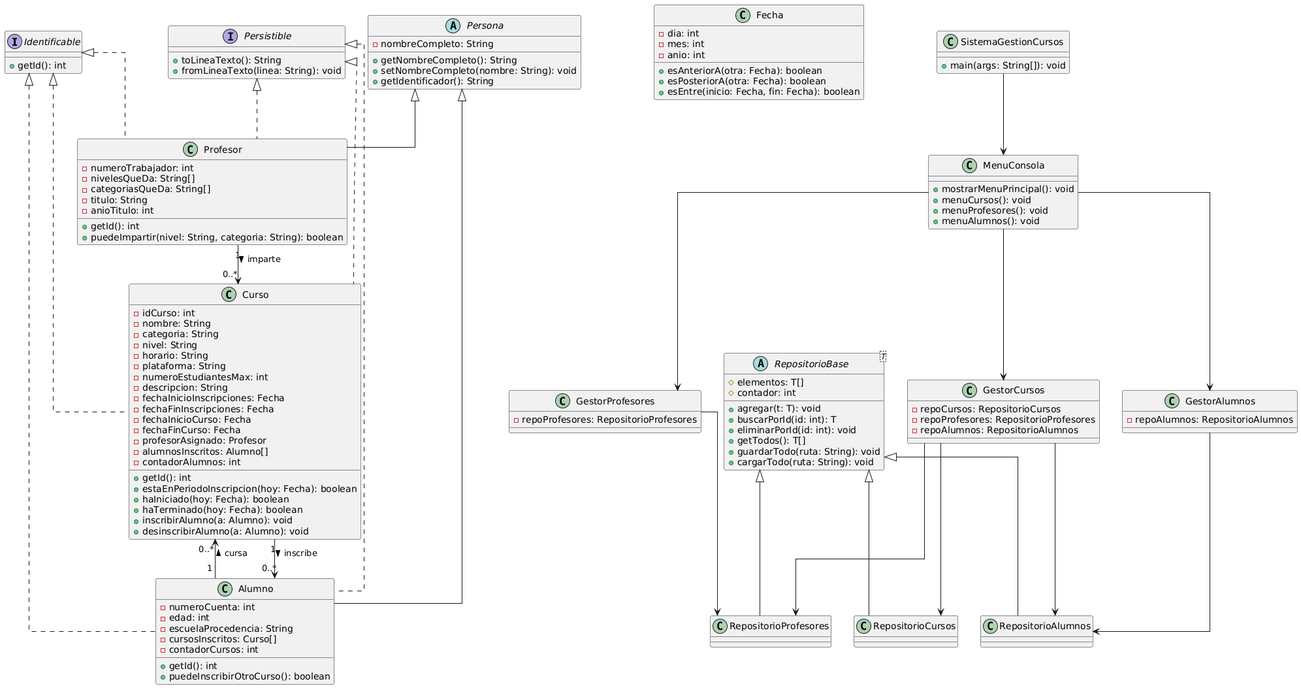
This is practicas/Proyecto-Final/doc/DiagramaPFinal - v1.png from ferbadass1/ICC-Lab, a PlantUML export, as it was before one commit. Its diagram source:
```plantuml
@startuml
skinparam linetype ortho
skinparam layout new

interface Identificable {
    + getId(): int
}

interface Persistible {
    + toLineaTexto(): String
    + fromLineaTexto(linea: String): void
}

abstract class Persona {
    - nombreCompleto: String
    + getNombreCompleto(): String
    + setNombreCompleto(nombre: String): void
    + getIdentificador(): String
}

class Profesor extends Persona implements Identificable, Persistible {
    - numeroTrabajador: int
    - nivelesQueDa: String[]
    - categoriasQueDa: String[]
    - titulo: String
    - anioTitulo: int
    + getId(): int
    + puedeImpartir(nivel: String, categoria: String): boolean
}

class Alumno extends Persona implements Identificable, Persistible {
    - numeroCuenta: int
    - edad: int
    - escuelaProcedencia: String
    - cursosInscritos: Curso[]
    - contadorCursos: int
    + getId(): int
    + puedeInscribirOtroCurso(): boolean
}

class Fecha {
    - dia: int
    - mes: int
    - anio: int
    + esAnteriorA(otra: Fecha): boolean
    + esPosteriorA(otra: Fecha): boolean
    + esEntre(inicio: Fecha, fin: Fecha): boolean
}

class Curso implements Identificable, Persistible {
    - idCurso: int
    - nombre: String
    - categoria: String
    - nivel: String
    - horario: String
    - plataforma: String
    - numeroEstudiantesMax: int
    - descripcion: String
    - fechaInicioInscripciones: Fecha
    - fechaFinInscripciones: Fecha
    - fechaInicioCurso: Fecha
    - fechaFinCurso: Fecha
    - profesorAsignado: Profesor
    - alumnosInscritos: Alumno[]
    - contadorAlumnos: int
    + getId(): int
    + estaEnPeriodoInscripcion(hoy: Fecha): boolean
    + haIniciado(hoy: Fecha): boolean
    + haTerminado(hoy: Fecha): boolean
    + inscribirAlumno(a: Alumno): void
    + desinscribirAlumno(a: Alumno): void
}

abstract class RepositorioBase<T> {
    # elementos: T[]
    # contador: int
    + agregar(t: T): void
    + buscarPorId(id: int): T
    + eliminarPorId(id: int): void
    + getTodos(): T[]
    + guardarTodo(ruta: String): void
    + cargarTodo(ruta: String): void
}

class RepositorioCursos extends RepositorioBase<Curso> {
}
class RepositorioProfesores extends RepositorioBase<Profesor> {
}
class RepositorioAlumnos extends RepositorioBase<Alumno> {
}

class GestorCursos {
    - repoCursos: RepositorioCursos
    - repoProfesores: RepositorioProfesores
    - repoAlumnos: RepositorioAlumnos
}

class GestorProfesores {
    - repoProfesores: RepositorioProfesores
}

class GestorAlumnos {
    - repoAlumnos: RepositorioAlumnos
}

class SistemaGestionCursos {
    + main(args: String[]): void
}



Profesor "1" --> "0..*" Curso : imparte >
Curso "1" --> "0..*" Alumno : inscribe >
Alumno "1" --> "0..*" Curso : cursa >


GestorCursos --> RepositorioCursos
GestorCursos --> RepositorioProfesores
GestorCursos --> RepositorioAlumnos

GestorProfesores --> RepositorioProfesores
GestorAlumnos --> RepositorioAlumnos



class MenuConsola {
    + mostrarMenuPrincipal(): void
    + menuCursos(): void
    + menuProfesores(): void
    + menuAlumnos(): void
}


SistemaGestionCursos --> MenuConsola
MenuConsola --> GestorCursos
MenuConsola --> GestorProfesores
MenuConsola --> GestorAlumnos
@enduml
```
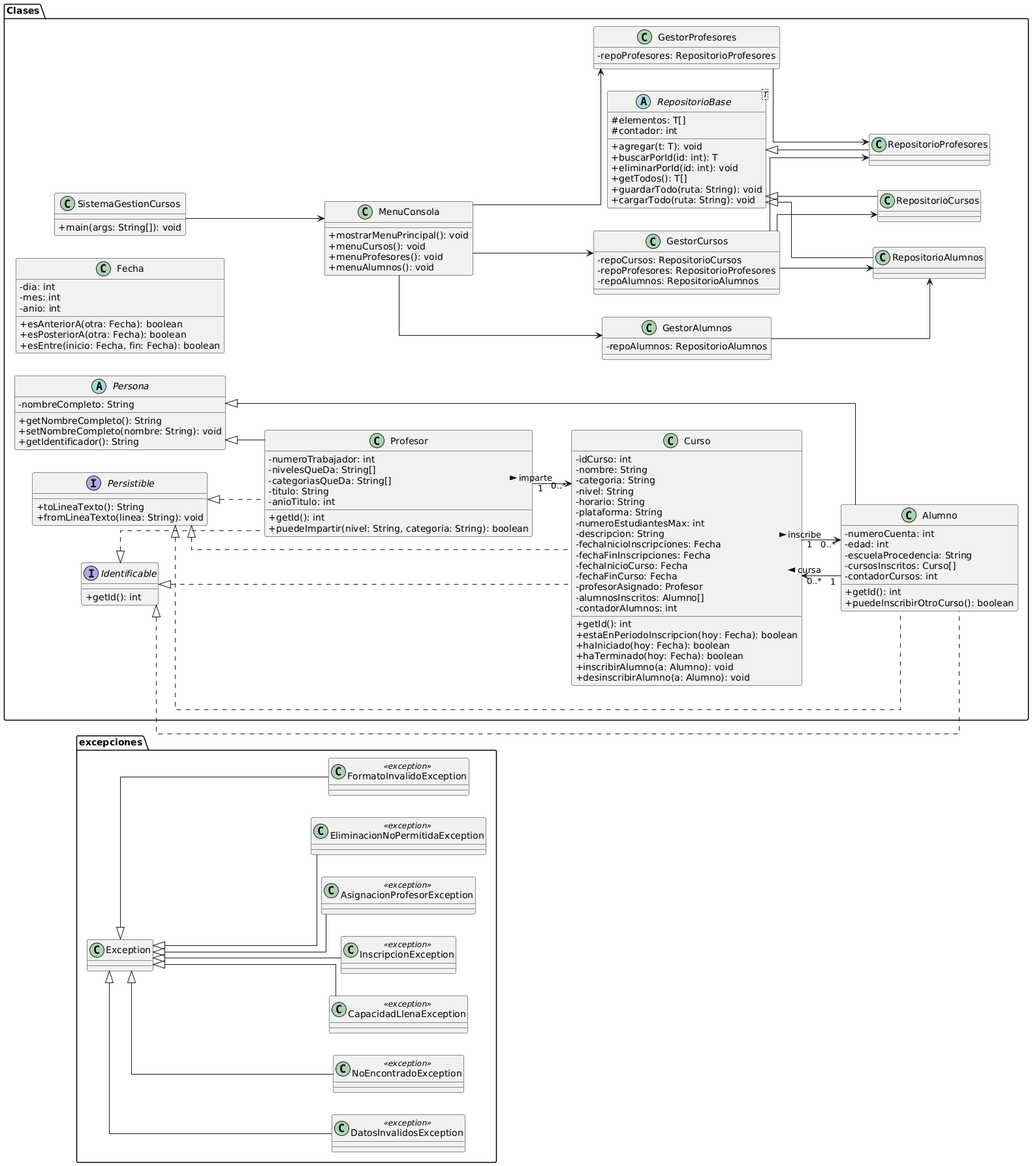
Later version of the same file.

Commit message:
Agregando excepciones

The edit, as a diff of the source:
```diff
@@ -1,6 +1,47 @@
 @startuml
 skinparam linetype ortho
 skinparam layout new
+skinparam classAttributeIconSize 0
+left to right direction
+
+
+
+package "excepciones" {
+
+
+  class DatosInvalidosException <<exception>> {
+  }
+
+  class NoEncontradoException <<exception>> {
+  }
+
+  class CapacidadLlenaException <<exception>> {
+  }
+
+  class InscripcionException <<exception>> {
+  }
+
+  class AsignacionProfesorException <<exception>> {
+  }
+
+  class EliminacionNoPermitidaException <<exception>> {
+  }
+
+  class FormatoInvalidoException <<exception>> {
+  }
+
+  Exception <|-- DatosInvalidosException
+  Exception <|-- NoEncontradoException
+  Exception <|-- CapacidadLlenaException
+  Exception <|-- InscripcionException
+  Exception <|-- AsignacionProfesorException
+  Exception <|-- EliminacionNoPermitidaException
+  Exception <|-- FormatoInvalidoException
+
+}
+
+
+package "Clases"{
 
 interface Identificable {
     + getId(): int
@@ -135,4 +176,6 @@
 MenuConsola --> GestorCursos
 MenuConsola --> GestorProfesores
 MenuConsola --> GestorAlumnos
+
+}
 @enduml
```
